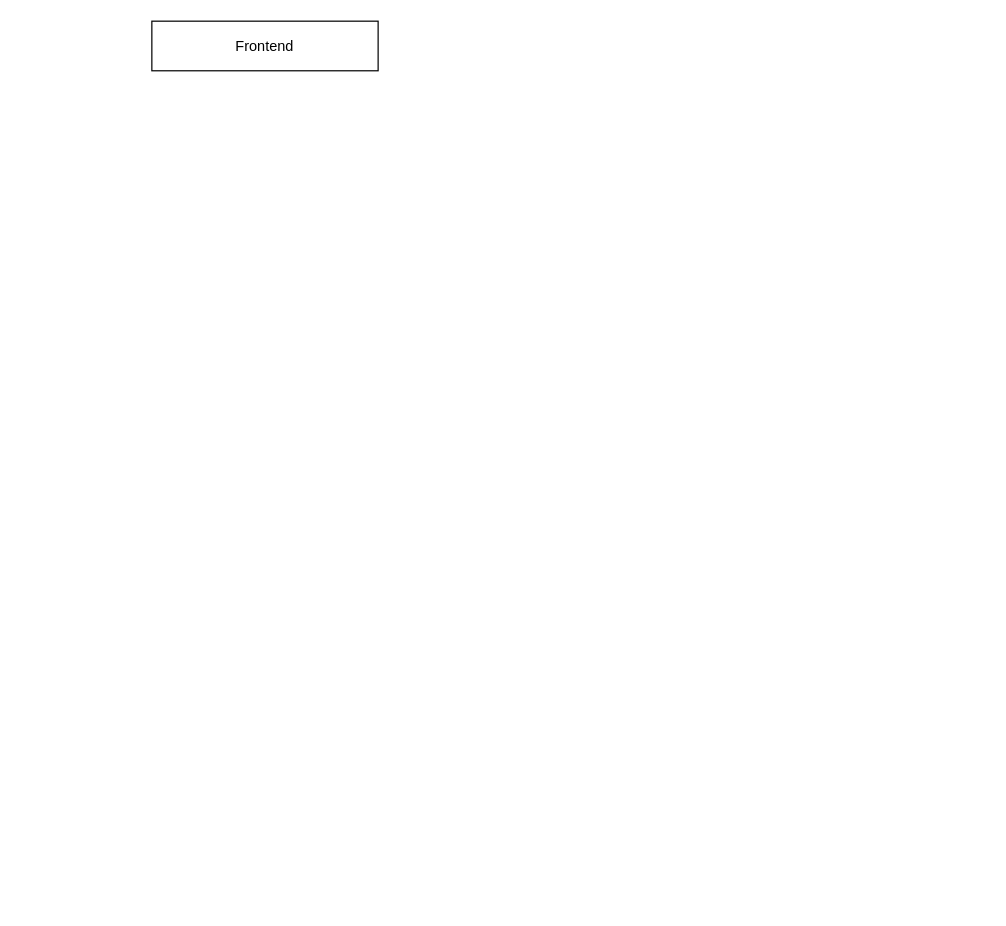
MrSharipov/diagrams keeps this draw.io diagram as umid-sharipov-uz.drawio. Above is the earlier version. Source tidied: cells renumbered, new cells numbered last; positions are measured from the earlier drawing's top-left corner, leaving out a move shared by most shapes. Both pictures are drawn from the tidied source at 121%, with x=0, y=0 at pixel (151, 21).
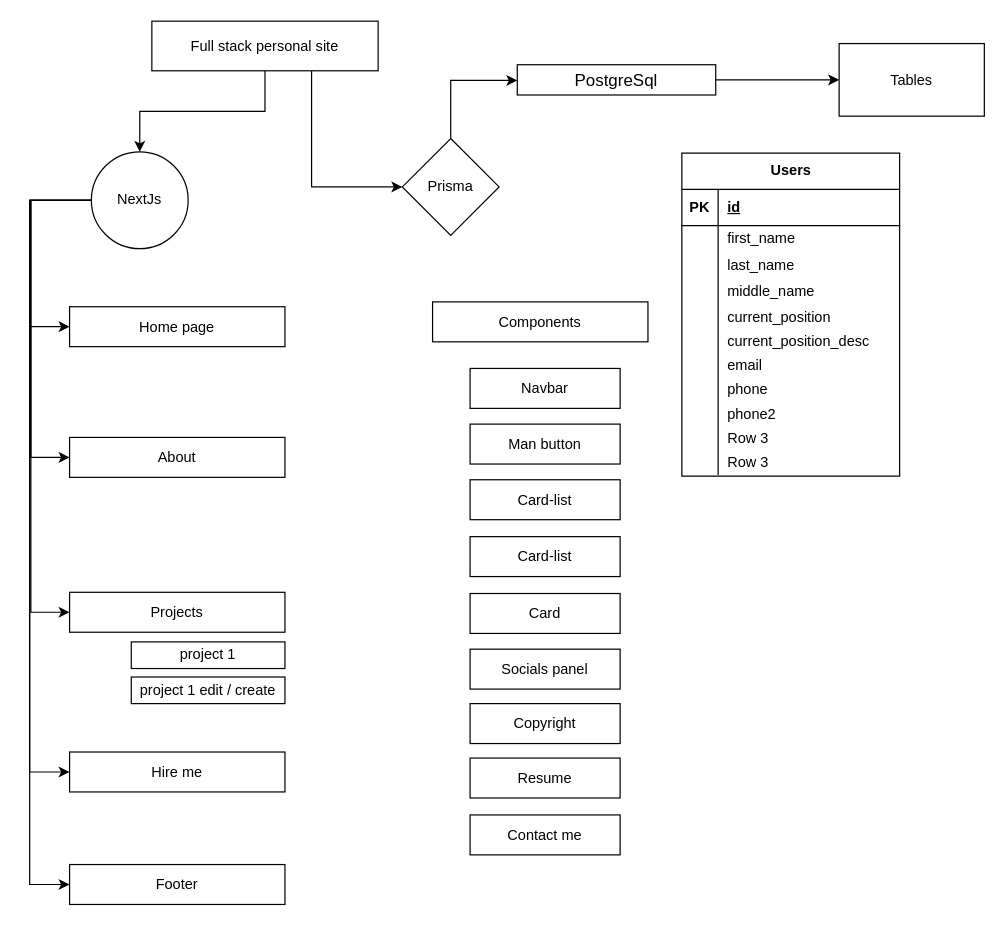
The same page after the edit.

Diff of the diagram source:
```diff
@@
+    <mxCell id="3" style="edgeStyle=orthogonalEdgeStyle;rounded=0;jettySize=auto;html=1;" parent="1" edge="1" source="2" target="10">
+      <mxGeometry relative="1" as="geometry" />
+    </mxCell>
+    <mxCell id="4" style="edgeStyle=orthogonalEdgeStyle;rounded=0;jettySize=auto;html=1;entryX=0;entryY=0.5;entryDx=0;entryDy=0;" parent="1" edge="1" source="2" target="12">
+      <mxGeometry relative="1" as="geometry">
+        <Array as="points">
+          <mxPoint x="132" y="137" />
+        </Array>
+      </mxGeometry>
+    </mxCell>
-    <mxCell id="2" value="Frontend" style="rounded=0;whiteSpace=wrap;html=1;" parent="1" vertex="1">
+    <mxCell id="2" value="Full stack personal site" style="rounded=0;whiteSpace=wrap;html=1;" parent="1" vertex="1">
       <mxGeometry width="187" height="41" as="geometry" />
     </mxCell>
+    <mxCell id="5" style="edgeStyle=orthogonalEdgeStyle;rounded=0;jettySize=auto;html=1;entryX=0;entryY=0.5;entryDx=0;entryDy=0;" parent="1" edge="1" source="10" target="18">
+      <mxGeometry relative="1" as="geometry">
+        <Array as="points">
+          <mxPoint x="-101" y="148" />
+          <mxPoint x="-101" y="621" />
+        </Array>
+      </mxGeometry>
+    </mxCell>
+    <mxCell id="6" style="edgeStyle=orthogonalEdgeStyle;rounded=0;jettySize=auto;html=1;entryX=0;entryY=0.5;entryDx=0;entryDy=0;" parent="1" edge="1" source="10" target="15">
+      <mxGeometry relative="1" as="geometry">
+        <Array as="points">
+          <mxPoint x="-101" y="148" />
+          <mxPoint x="-101" y="253" />
+        </Array>
+      </mxGeometry>
+    </mxCell>
+    <mxCell id="7" style="edgeStyle=orthogonalEdgeStyle;rounded=0;jettySize=auto;html=1;entryX=0;entryY=0.5;entryDx=0;entryDy=0;" parent="1" edge="1" source="10" target="16">
+      <mxGeometry relative="1" as="geometry">
+        <Array as="points">
+          <mxPoint x="-100" y="148" />
+          <mxPoint x="-100" y="361" />
+        </Array>
+      </mxGeometry>
+    </mxCell>
+    <mxCell id="8" style="edgeStyle=orthogonalEdgeStyle;rounded=0;jettySize=auto;html=1;entryX=0;entryY=0.5;entryDx=0;entryDy=0;" parent="1" edge="1" source="10" target="17">
+      <mxGeometry relative="1" as="geometry">
+        <Array as="points">
+          <mxPoint x="-100" y="148" />
+          <mxPoint x="-100" y="489" />
+        </Array>
+      </mxGeometry>
+    </mxCell>
+    <mxCell id="9" style="edgeStyle=orthogonalEdgeStyle;rounded=0;jettySize=auto;html=1;entryX=0;entryY=0.5;entryDx=0;entryDy=0;" parent="1" edge="1" source="10" target="21">
+      <mxGeometry relative="1" as="geometry">
+        <Array as="points">
+          <mxPoint x="-101" y="148" />
+          <mxPoint x="-101" y="714" />
+        </Array>
+      </mxGeometry>
+    </mxCell>
+    <mxCell id="10" value="NextJs" style="ellipse;whiteSpace=wrap;html=1;rounded=0;" parent="1" vertex="1">
+      <mxGeometry x="-50" y="108" width="80" height="80" as="geometry" />
+    </mxCell>
+    <mxCell id="11" style="edgeStyle=orthogonalEdgeStyle;rounded=0;jettySize=auto;html=1;" parent="1" edge="1" source="12" target="14">
+      <mxGeometry relative="1" as="geometry">
+        <Array as="points">
+          <mxPoint x="247" y="49" />
+        </Array>
+      </mxGeometry>
+    </mxCell>
+    <mxCell id="12" value="Prisma" style="rhombus;whiteSpace=wrap;html=1;rounded=0;" parent="1" vertex="1">
+      <mxGeometry x="207" y="97" width="80" height="80" as="geometry" />
+    </mxCell>
+    <mxCell id="13" style="edgeStyle=orthogonalEdgeStyle;rounded=0;jettySize=auto;html=1;" parent="1" edge="1" source="14" target="32">
+      <mxGeometry relative="1" as="geometry" />
+    </mxCell>
+    <mxCell id="14" value="&lt;font style=&quot;font-size: 14px;&quot;&gt;PostgreSql&lt;/font&gt;" style="whiteSpace=wrap;html=1;rounded=0;" parent="1" vertex="1">
+      <mxGeometry x="302" y="36" width="164" height="25" as="geometry" />
+    </mxCell>
+    <mxCell id="15" value="Home page" style="whiteSpace=wrap;html=1;rounded=0;" parent="1" vertex="1">
+      <mxGeometry x="-68" y="236" width="178" height="33" as="geometry" />
+    </mxCell>
+    <mxCell id="16" value="About" style="whiteSpace=wrap;html=1;rounded=0;" parent="1" vertex="1">
+      <mxGeometry x="-68" y="344" width="178" height="33" as="geometry" />
+    </mxCell>
+    <mxCell id="17" value="Projects" style="whiteSpace=wrap;html=1;rounded=0;" parent="1" vertex="1">
+      <mxGeometry x="-68" y="472" width="178" height="33" as="geometry" />
+    </mxCell>
+    <mxCell id="18" value="Hire me" style="whiteSpace=wrap;html=1;rounded=0;" parent="1" vertex="1">
+      <mxGeometry x="-68" y="604" width="178" height="33" as="geometry" />
+    </mxCell>
+    <mxCell id="19" value="project 1" style="whiteSpace=wrap;html=1;rounded=0;" parent="1" vertex="1">
+      <mxGeometry x="-17" y="513" width="127" height="22" as="geometry" />
+    </mxCell>
+    <mxCell id="20" value="project 1 edit / create" style="whiteSpace=wrap;html=1;rounded=0;" parent="1" vertex="1">
+      <mxGeometry x="-17" y="542" width="127" height="22" as="geometry" />
+    </mxCell>
+    <mxCell id="21" value="Footer" style="whiteSpace=wrap;html=1;rounded=0;" parent="1" vertex="1">
+      <mxGeometry x="-68" y="697" width="178" height="33" as="geometry" />
+    </mxCell>
+    <mxCell id="22" value="Components" style="whiteSpace=wrap;html=1;rounded=0;" parent="1" vertex="1">
+      <mxGeometry x="232" y="232" width="178" height="33" as="geometry" />
+    </mxCell>
+    <mxCell id="23" value="Navbar" style="whiteSpace=wrap;html=1;rounded=0;" parent="1" vertex="1">
+      <mxGeometry x="263" y="287" width="124" height="33" as="geometry" />
+    </mxCell>
+    <mxCell id="24" value="Man button" style="whiteSpace=wrap;html=1;rounded=0;" parent="1" vertex="1">
+      <mxGeometry x="263" y="333" width="124" height="33" as="geometry" />
+    </mxCell>
+    <mxCell id="25" value="Card-list" style="whiteSpace=wrap;html=1;rounded=0;" parent="1" vertex="1">
+      <mxGeometry x="263" y="379" width="124" height="33" as="geometry" />
+    </mxCell>
+    <mxCell id="26" value="Card-list" style="whiteSpace=wrap;html=1;rounded=0;" parent="1" vertex="1">
+      <mxGeometry x="263" y="426" width="124" height="33" as="geometry" />
+    </mxCell>
+    <mxCell id="27" value="Card" style="whiteSpace=wrap;html=1;rounded=0;" parent="1" vertex="1">
+      <mxGeometry x="263" y="473" width="124" height="33" as="geometry" />
+    </mxCell>
+    <mxCell id="28" value="Socials panel" style="whiteSpace=wrap;html=1;rounded=0;" parent="1" vertex="1">
+      <mxGeometry x="263" y="519" width="124" height="33" as="geometry" />
+    </mxCell>
+    <mxCell id="29" value="Copyright" style="whiteSpace=wrap;html=1;rounded=0;" parent="1" vertex="1">
+      <mxGeometry x="263" y="564" width="124" height="33" as="geometry" />
+    </mxCell>
+    <mxCell id="30" value="Resume" style="whiteSpace=wrap;html=1;rounded=0;" parent="1" vertex="1">
+      <mxGeometry x="263" y="609" width="124" height="33" as="geometry" />
+    </mxCell>
+    <mxCell id="31" value="Contact me" style="whiteSpace=wrap;html=1;rounded=0;" parent="1" vertex="1">
+      <mxGeometry x="263" y="656" width="124" height="33" as="geometry" />
+    </mxCell>
+    <mxCell id="32" value="Tables" style="whiteSpace=wrap;html=1;rounded=0;" parent="1" vertex="1">
+      <mxGeometry x="568" y="18.5" width="120" height="60" as="geometry" />
+    </mxCell>
+    <mxCell id="33" value="Users" style="shape=table;startSize=30;childLayout=tableLayout;rowLines=0;fontStyle=1;align=center;html=1;" parent="1" vertex="1">
+      <mxGeometry x="438" y="109" width="180" height="267" as="geometry" />
+    </mxCell>
+    <mxCell id="34" style="shape=tableRow;horizontal=0;startSize=0;swimlaneHead=0;swimlaneBody=0;fillColor=none;top=0;left=0;right=0;bottom=1;" parent="33" vertex="1">
+      <mxGeometry y="30" width="180" height="30" as="geometry" />
+    </mxCell>
+    <mxCell id="35" value="PK" style="shape=partialRectangle;fillColor=none;top=0;left=0;bottom=0;right=0;fontStyle=1;overflow=hidden;whiteSpace=wrap;html=1;" parent="34" vertex="1">
+      <mxGeometry width="30" height="30" as="geometry" />
+    </mxCell>
+    <mxCell id="36" value="id" style="shape=partialRectangle;fillColor=none;top=0;left=0;bottom=0;right=0;align=left;spacingLeft=6;fontStyle=5;overflow=hidden;whiteSpace=wrap;html=1;" parent="34" vertex="1">
+      <mxGeometry x="30" width="150" height="30" as="geometry" />
+    </mxCell>
+    <mxCell id="37" style="shape=tableRow;horizontal=0;startSize=0;swimlaneHead=0;swimlaneBody=0;fillColor=none;top=0;left=0;right=0;bottom=0;" parent="33" vertex="1">
+      <mxGeometry y="60" width="180" height="22" as="geometry" />
+    </mxCell>
+    <mxCell id="38" style="shape=partialRectangle;fillColor=none;top=0;left=0;bottom=0;right=0;overflow=hidden;whiteSpace=wrap;html=1;" parent="37" vertex="1">
+      <mxGeometry width="30" height="22" as="geometry" />
+    </mxCell>
+    <mxCell id="39" value="first_name" style="shape=partialRectangle;fillColor=none;top=0;left=0;bottom=0;right=0;align=left;spacingLeft=6;overflow=hidden;whiteSpace=wrap;html=1;" parent="37" vertex="1">
+      <mxGeometry x="30" width="150" height="22" as="geometry" />
+    </mxCell>
+    <mxCell id="40" style="shape=tableRow;horizontal=0;startSize=0;swimlaneHead=0;swimlaneBody=0;fillColor=none;top=0;left=0;right=0;bottom=0;" parent="33" vertex="1">
+      <mxGeometry y="82" width="180" height="22" as="geometry" />
+    </mxCell>
+    <mxCell id="41" style="shape=partialRectangle;fillColor=none;top=0;left=0;bottom=0;right=0;overflow=hidden;whiteSpace=wrap;html=1;" parent="40" vertex="1">
+      <mxGeometry width="30" height="22" as="geometry" />
+    </mxCell>
+    <mxCell id="42" value="last_name" style="shape=partialRectangle;fillColor=none;top=0;left=0;bottom=0;right=0;align=left;spacingLeft=6;overflow=hidden;whiteSpace=wrap;html=1;" parent="40" vertex="1">
+      <mxGeometry x="30" width="150" height="22" as="geometry" />
+    </mxCell>
+    <mxCell id="43" style="shape=tableRow;horizontal=0;startSize=0;swimlaneHead=0;swimlaneBody=0;fillColor=none;top=0;left=0;right=0;bottom=0;" parent="33" vertex="1">
+      <mxGeometry y="104" width="180" height="21" as="geometry" />
+    </mxCell>
+    <mxCell id="44" style="shape=partialRectangle;fillColor=none;top=0;left=0;bottom=0;right=0;overflow=hidden;whiteSpace=wrap;html=1;" parent="43" vertex="1">
+      <mxGeometry width="30" height="21" as="geometry" />
+    </mxCell>
+    <mxCell id="45" value="middle_name" style="shape=partialRectangle;fillColor=none;top=0;left=0;bottom=0;right=0;align=left;spacingLeft=6;overflow=hidden;whiteSpace=wrap;html=1;" parent="43" vertex="1">
+      <mxGeometry x="30" width="150" height="21" as="geometry" />
+    </mxCell>
+    <mxCell id="46" style="shape=tableRow;horizontal=0;startSize=0;swimlaneHead=0;swimlaneBody=0;fillColor=none;top=0;left=0;right=0;bottom=0;" parent="33" vertex="1">
+      <mxGeometry y="125" width="180" height="21" as="geometry" />
+    </mxCell>
+    <mxCell id="47" style="shape=partialRectangle;fillColor=none;top=0;left=0;bottom=0;right=0;overflow=hidden;whiteSpace=wrap;html=1;" parent="46" vertex="1">
+      <mxGeometry width="30" height="21" as="geometry" />
+    </mxCell>
+    <mxCell id="48" value="current_position" style="shape=partialRectangle;fillColor=none;top=0;left=0;bottom=0;right=0;align=left;spacingLeft=6;overflow=hidden;whiteSpace=wrap;html=1;" parent="46" vertex="1">
+      <mxGeometry x="30" width="150" height="21" as="geometry" />
+    </mxCell>
+    <mxCell id="49" style="shape=tableRow;horizontal=0;startSize=0;swimlaneHead=0;swimlaneBody=0;fillColor=none;top=0;left=0;right=0;bottom=0;" parent="33" vertex="1">
+      <mxGeometry y="146" width="180" height="20" as="geometry" />
+    </mxCell>
+    <mxCell id="50" style="shape=partialRectangle;fillColor=none;top=0;left=0;bottom=0;right=0;overflow=hidden;whiteSpace=wrap;html=1;" parent="49" vertex="1">
+      <mxGeometry width="30" height="20" as="geometry" />
+    </mxCell>
+    <mxCell id="51" value="current_position_desc" style="shape=partialRectangle;fillColor=none;top=0;left=0;bottom=0;right=0;align=left;spacingLeft=6;overflow=hidden;whiteSpace=wrap;html=1;" parent="49" vertex="1">
+      <mxGeometry x="30" width="150" height="20" as="geometry" />
+    </mxCell>
+    <mxCell id="52" style="shape=tableRow;horizontal=0;startSize=0;swimlaneHead=0;swimlaneBody=0;fillColor=none;top=0;left=0;right=0;bottom=0;" parent="33" vertex="1">
+      <mxGeometry y="166" width="180" height="20" as="geometry" />
+    </mxCell>
+    <mxCell id="53" style="shape=partialRectangle;fillColor=none;top=0;left=0;bottom=0;right=0;overflow=hidden;whiteSpace=wrap;html=1;" parent="52" vertex="1">
+      <mxGeometry width="30" height="20" as="geometry" />
+    </mxCell>
+    <mxCell id="54" value="email" style="shape=partialRectangle;fillColor=none;top=0;left=0;bottom=0;right=0;align=left;spacingLeft=6;overflow=hidden;whiteSpace=wrap;html=1;" parent="52" vertex="1">
+      <mxGeometry x="30" width="150" height="20" as="geometry" />
+    </mxCell>
+    <mxCell id="55" style="shape=tableRow;horizontal=0;startSize=0;swimlaneHead=0;swimlaneBody=0;fillColor=none;top=0;left=0;right=0;bottom=0;" parent="33" vertex="1">
+      <mxGeometry y="186" width="180" height="20" as="geometry" />
+    </mxCell>
+    <mxCell id="56" style="shape=partialRectangle;fillColor=none;top=0;left=0;bottom=0;right=0;overflow=hidden;whiteSpace=wrap;html=1;" parent="55" vertex="1">
+      <mxGeometry width="30" height="20" as="geometry" />
+    </mxCell>
+    <mxCell id="57" value="phone" style="shape=partialRectangle;fillColor=none;top=0;left=0;bottom=0;right=0;align=left;spacingLeft=6;overflow=hidden;whiteSpace=wrap;html=1;" parent="55" vertex="1">
+      <mxGeometry x="30" width="150" height="20" as="geometry" />
+    </mxCell>
+    <mxCell id="58" style="shape=tableRow;horizontal=0;startSize=0;swimlaneHead=0;swimlaneBody=0;fillColor=none;top=0;left=0;right=0;bottom=0;" parent="33" vertex="1">
+      <mxGeometry y="206" width="180" height="20" as="geometry" />
+    </mxCell>
+    <mxCell id="59" style="shape=partialRectangle;fillColor=none;top=0;left=0;bottom=0;right=0;overflow=hidden;whiteSpace=wrap;html=1;" parent="58" vertex="1">
+      <mxGeometry width="30" height="20" as="geometry" />
+    </mxCell>
+    <mxCell id="60" value="phone2" style="shape=partialRectangle;fillColor=none;top=0;left=0;bottom=0;right=0;align=left;spacingLeft=6;overflow=hidden;whiteSpace=wrap;html=1;" parent="58" vertex="1">
+      <mxGeometry x="30" width="150" height="20" as="geometry" />
+    </mxCell>
+    <mxCell id="61" style="shape=tableRow;horizontal=0;startSize=0;swimlaneHead=0;swimlaneBody=0;fillColor=none;top=0;left=0;right=0;bottom=0;" parent="33" vertex="1">
+      <mxGeometry y="226" width="180" height="20" as="geometry" />
+    </mxCell>
+    <mxCell id="62" style="shape=partialRectangle;fillColor=none;top=0;left=0;bottom=0;right=0;overflow=hidden;whiteSpace=wrap;html=1;" parent="61" vertex="1">
+      <mxGeometry width="30" height="20" as="geometry" />
+    </mxCell>
+    <mxCell id="63" value="Row 3" style="shape=partialRectangle;fillColor=none;top=0;left=0;bottom=0;right=0;align=left;spacingLeft=6;overflow=hidden;whiteSpace=wrap;html=1;" parent="61" vertex="1">
+      <mxGeometry x="30" width="150" height="20" as="geometry" />
+    </mxCell>
+    <mxCell id="64" style="shape=tableRow;horizontal=0;startSize=0;swimlaneHead=0;swimlaneBody=0;fillColor=none;top=0;left=0;right=0;bottom=0;" parent="33" vertex="1">
+      <mxGeometry y="246" width="180" height="20" as="geometry" />
+    </mxCell>
+    <mxCell id="65" style="shape=partialRectangle;fillColor=none;top=0;left=0;bottom=0;right=0;overflow=hidden;whiteSpace=wrap;html=1;" parent="64" vertex="1">
+      <mxGeometry width="30" height="20" as="geometry" />
+    </mxCell>
+    <mxCell id="66" value="Row 3" style="shape=partialRectangle;fillColor=none;top=0;left=0;bottom=0;right=0;align=left;spacingLeft=6;overflow=hidden;whiteSpace=wrap;html=1;" parent="64" vertex="1">
+      <mxGeometry x="30" width="150" height="20" as="geometry" />
+    </mxCell>
```
